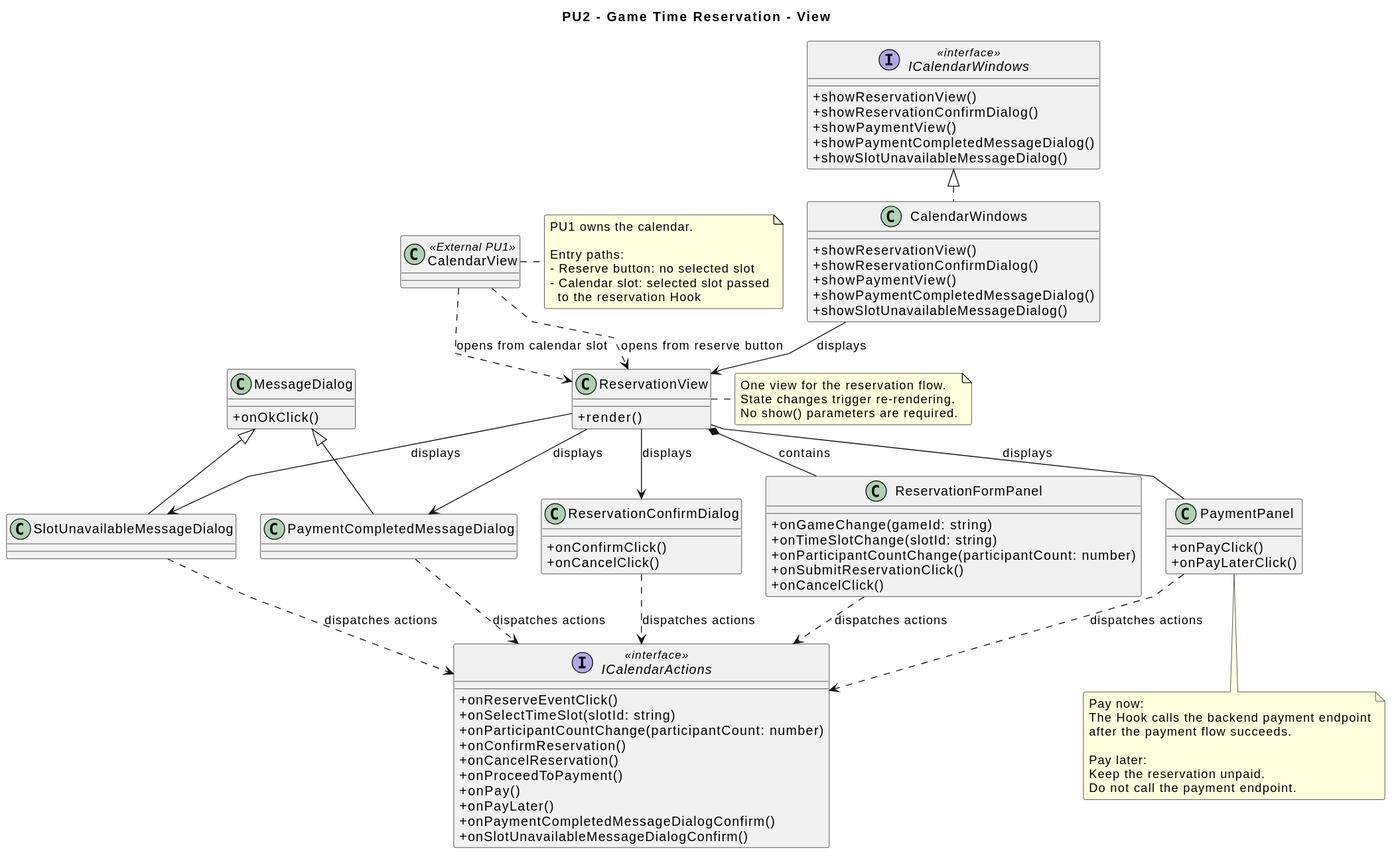
Earlier version of the PlantUML export diagrams/frontend/rendered/reservation-view.svg (Igor-Ochocki/POP-2026Z).
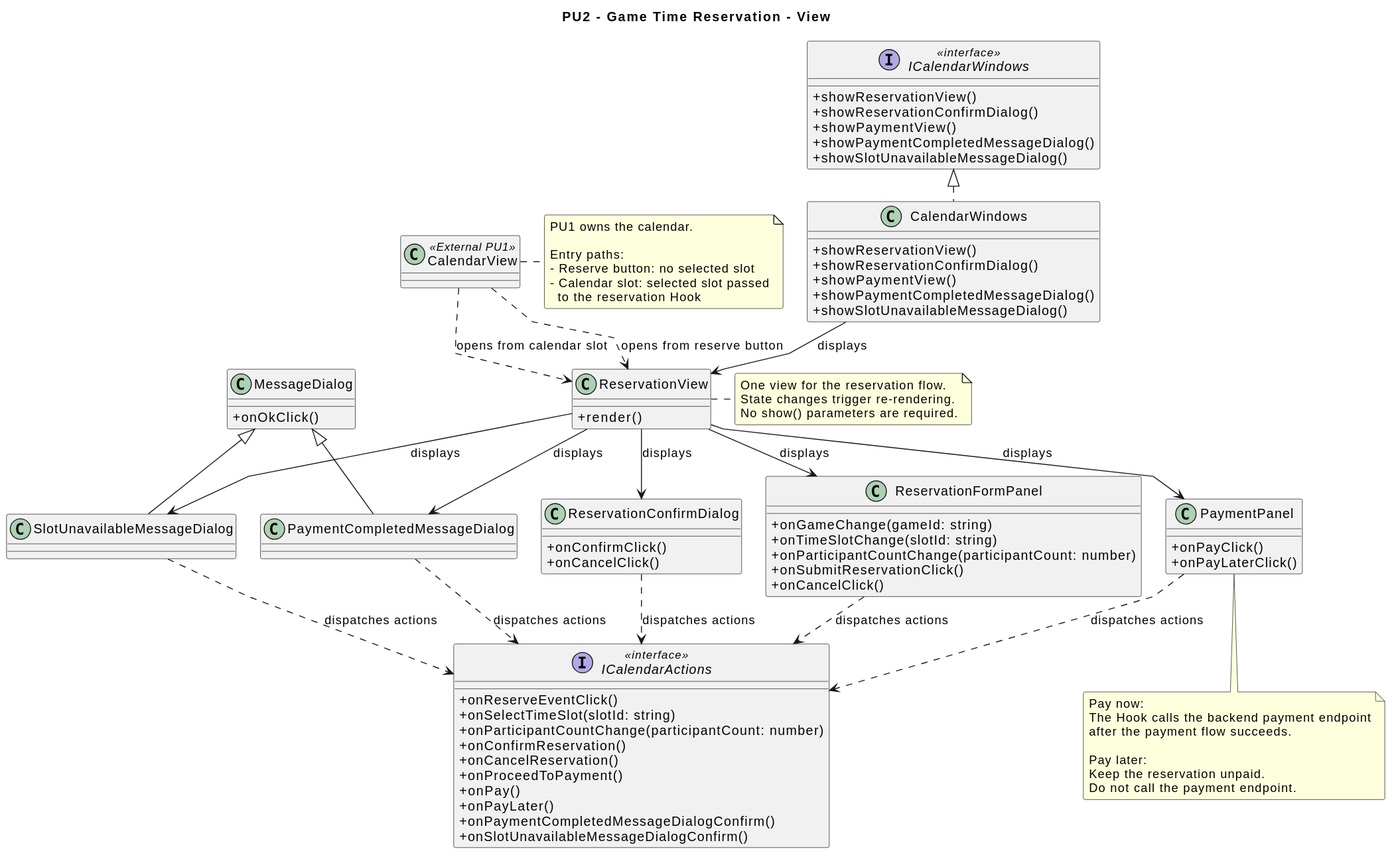
Later version of the same file.

Commit message:
Ujednolicone relacje widok -> panele/dialogi (skierowane asocjacje) z review

Change to the diagram source:
```diff
@@ -78,9 +78,9 @@
 CalendarView ..> ReservationView : opens from reserve button
 CalendarView ..> ReservationView : opens from calendar slot
 
-ReservationView *-- ReservationFormPanel : contains
+ReservationView --> ReservationFormPanel : displays
 ReservationView --> ReservationConfirmDialog : displays
-ReservationView -- PaymentPanel : displays
+ReservationView --> PaymentPanel : displays
 ReservationView --> PaymentCompletedMessageDialog : displays
 ReservationView --> SlotUnavailableMessageDialog : displays
 
```
